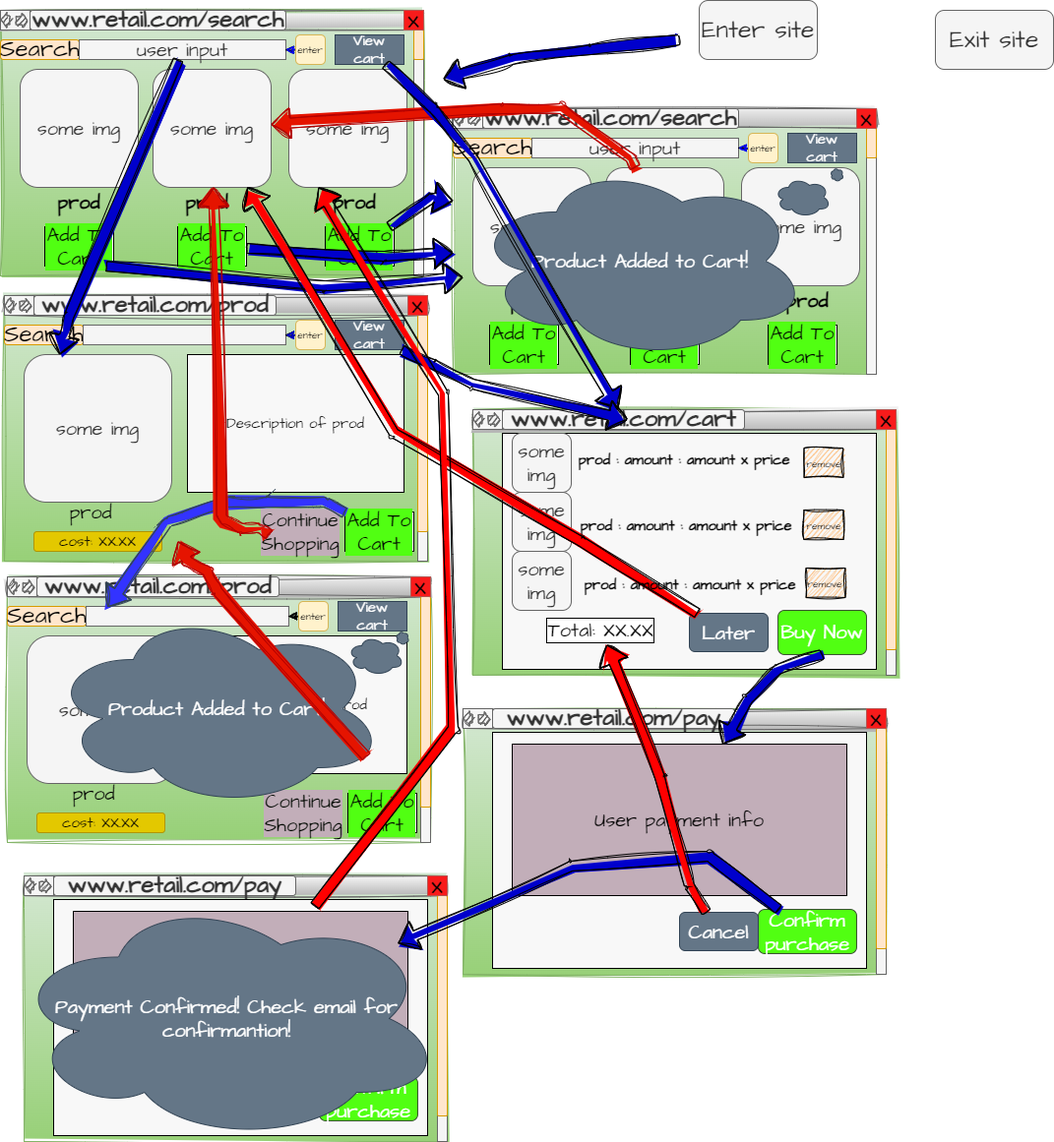
Above: explore/diagramming/diagram.drawio.png in ksirx/fa22-cse110-lab4 (draw.io), before the change. Source tidied: cells renumbered, new cells last; positions are measured from the earlier drawing's top-left corner, leaving out a move shared by most shapes.
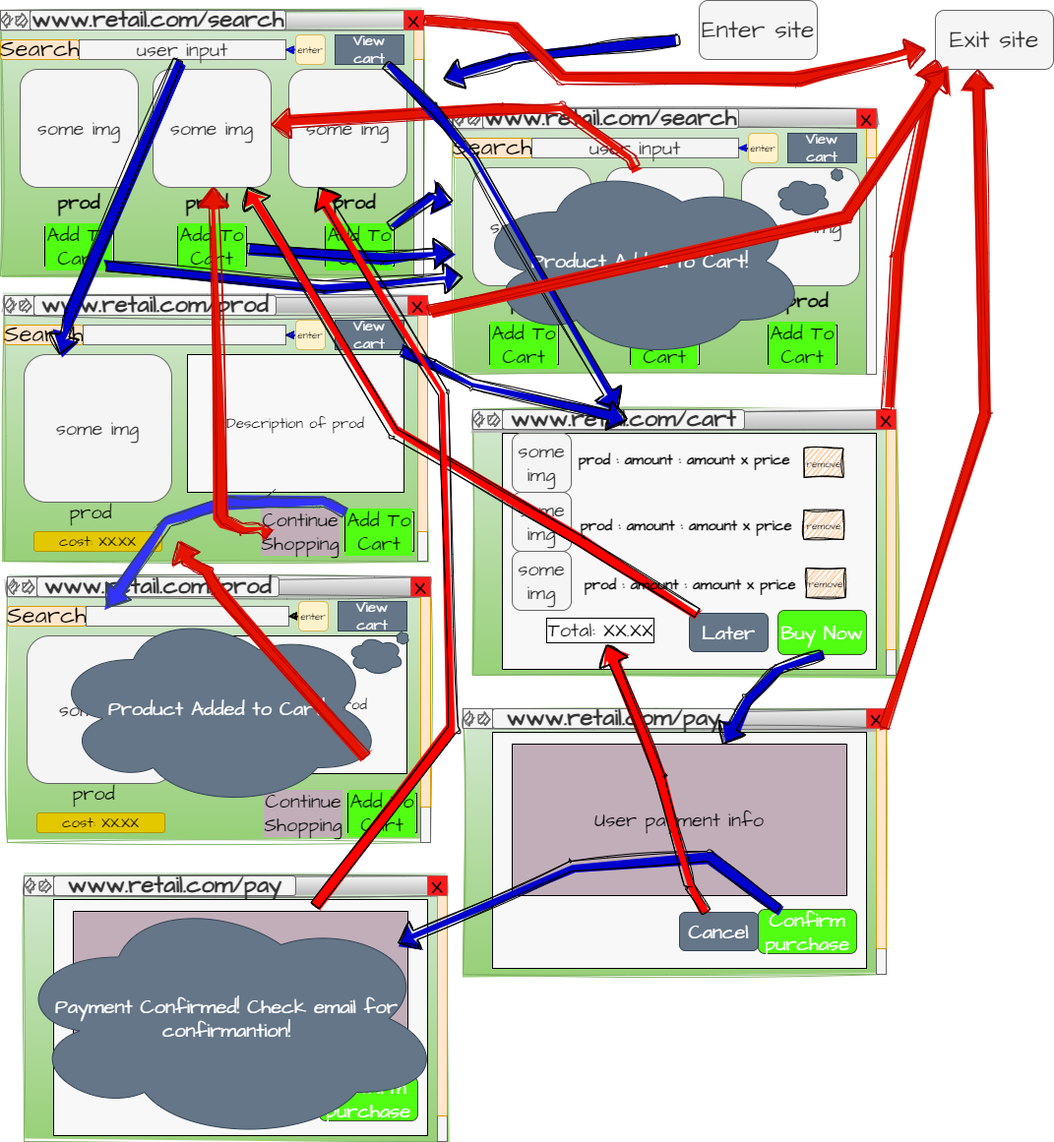
Above is the later version.

The edit, as a diff of the source:
```diff
@@ -633,5 +633,39 @@
     <mxCell id="168" value="&lt;font style=&quot;font-size: 10px;&quot;&gt;remove&lt;/font&gt;" style="rounded=0;whiteSpace=wrap;html=1;sketch=1;hachureGap=4;jiggle=2;curveFitting=1;fontFamily=Architects Daughter;fontSource=https%3A%2F%2Ffonts.googleapis.com%2Fcss%3Ffamily%3DArchitects%2BDaughter;fontSize=15;fillColor=#FFB366;" parent="1" vertex="1">
       <mxGeometry x="818.5" y="577" width="40" height="30" as="geometry" />
     </mxCell>
+    <mxCell id="169" style="shape=flexArrow;endArrow=classic;html=1;sketch=1;hachureGap=4;jiggle=2;curveFitting=1;fontFamily=Architects Daughter;fontSource=https%3A%2F%2Ffonts.googleapis.com%2Fcss%3Ffamily%3DArchitects%2BDaughter;fontSize=25;fontColor=#FFFFFF;fillColor=#e51400;fillStyle=solid;strokeColor=#B20000;exitX=1;exitY=0.5;exitDx=0;exitDy=0;" parent="1" edge="1" source="3">
+      <mxGeometry relative="1" as="geometry">
+        <mxPoint x="940" y="50" as="targetPoint" />
+        <Array as="points">
+          <mxPoint x="520" y="30" />
+          <mxPoint x="570" y="80" />
+          <mxPoint x="810" y="80" />
+        </Array>
+      </mxGeometry>
+    </mxCell>
+    <mxCell id="170" style="shape=flexArrow;endArrow=classic;html=1;sketch=1;hachureGap=4;jiggle=2;curveFitting=1;fontFamily=Architects Daughter;fontSource=https%3A%2F%2Ffonts.googleapis.com%2Fcss%3Ffamily%3DArchitects%2BDaughter;fontSize=25;fontColor=#FFFFFF;fillColor=#e51400;fillStyle=solid;strokeColor=#B20000;exitX=0.5;exitY=0;exitDx=0;exitDy=0;" parent="1" edge="1" source="112">
+      <mxGeometry relative="1" as="geometry">
+        <mxPoint x="950" y="60" as="targetPoint" />
+        <Array as="points">
+          <mxPoint x="910" y="260" />
+        </Array>
+      </mxGeometry>
+    </mxCell>
+    <mxCell id="171" style="shape=flexArrow;endArrow=classic;html=1;sketch=1;hachureGap=4;jiggle=2;curveFitting=1;fontFamily=Architects Daughter;fontSource=https%3A%2F%2Ffonts.googleapis.com%2Fcss%3Ffamily%3DArchitects%2BDaughter;fontSize=25;fontColor=#FFFFFF;fillColor=#e51400;fillStyle=solid;strokeColor=#B20000;exitX=0.75;exitY=0;exitDx=0;exitDy=0;" parent="1" edge="1" source="126">
+      <mxGeometry relative="1" as="geometry">
+        <mxPoint x="993" y="70" as="targetPoint" />
+        <Array as="points">
+          <mxPoint x="1000" y="420" />
+        </Array>
+      </mxGeometry>
+    </mxCell>
+    <mxCell id="172" style="shape=flexArrow;endArrow=classic;html=1;sketch=1;hachureGap=4;jiggle=2;curveFitting=1;fontFamily=Architects Daughter;fontSource=https%3A%2F%2Ffonts.googleapis.com%2Fcss%3Ffamily%3DArchitects%2BDaughter;fontSize=25;fontColor=#FFFFFF;fillColor=#e51400;fillStyle=solid;strokeColor=#B20000;exitX=1;exitY=0.75;exitDx=0;exitDy=0;" parent="1" edge="1" source="25">
+      <mxGeometry relative="1" as="geometry">
+        <mxPoint x="960" y="70" as="targetPoint" />
+        <Array as="points">
+          <mxPoint x="860" y="220" />
+        </Array>
+      </mxGeometry>
+    </mxCell>
   </root>
 </mxGraphModel>
```
